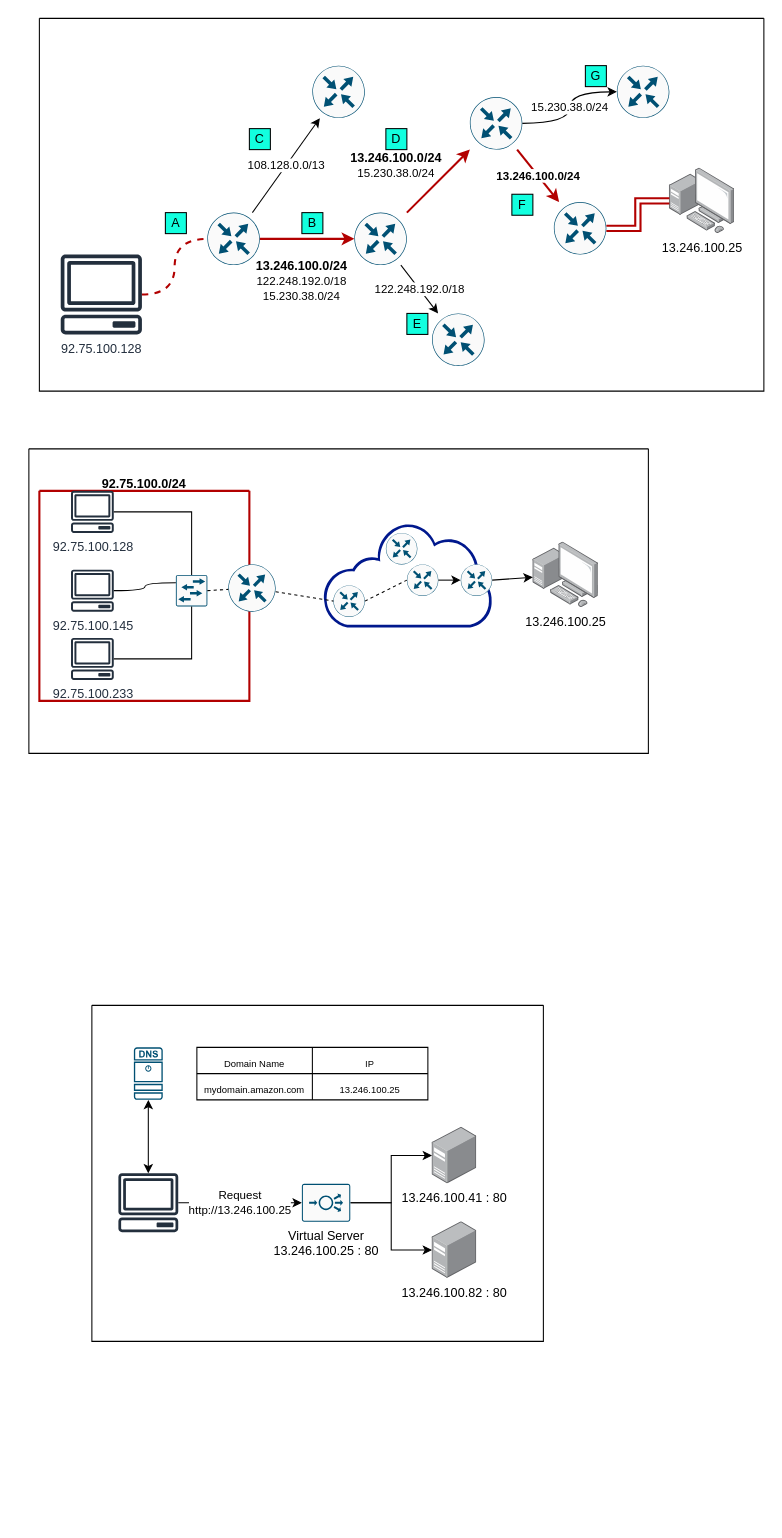
GyuminGomin/Architecture keeps this draw.io diagram as study_architecture.drawio. Above is the earlier version. Source tidied: cells renumbered, new cells numbered last; positions are measured from the earlier drawing's top-left corner, leaving out a move shared by most shapes. Both pictures are drawn from the tidied source at 105%, with x=0, y=0 at pixel (28, 18).
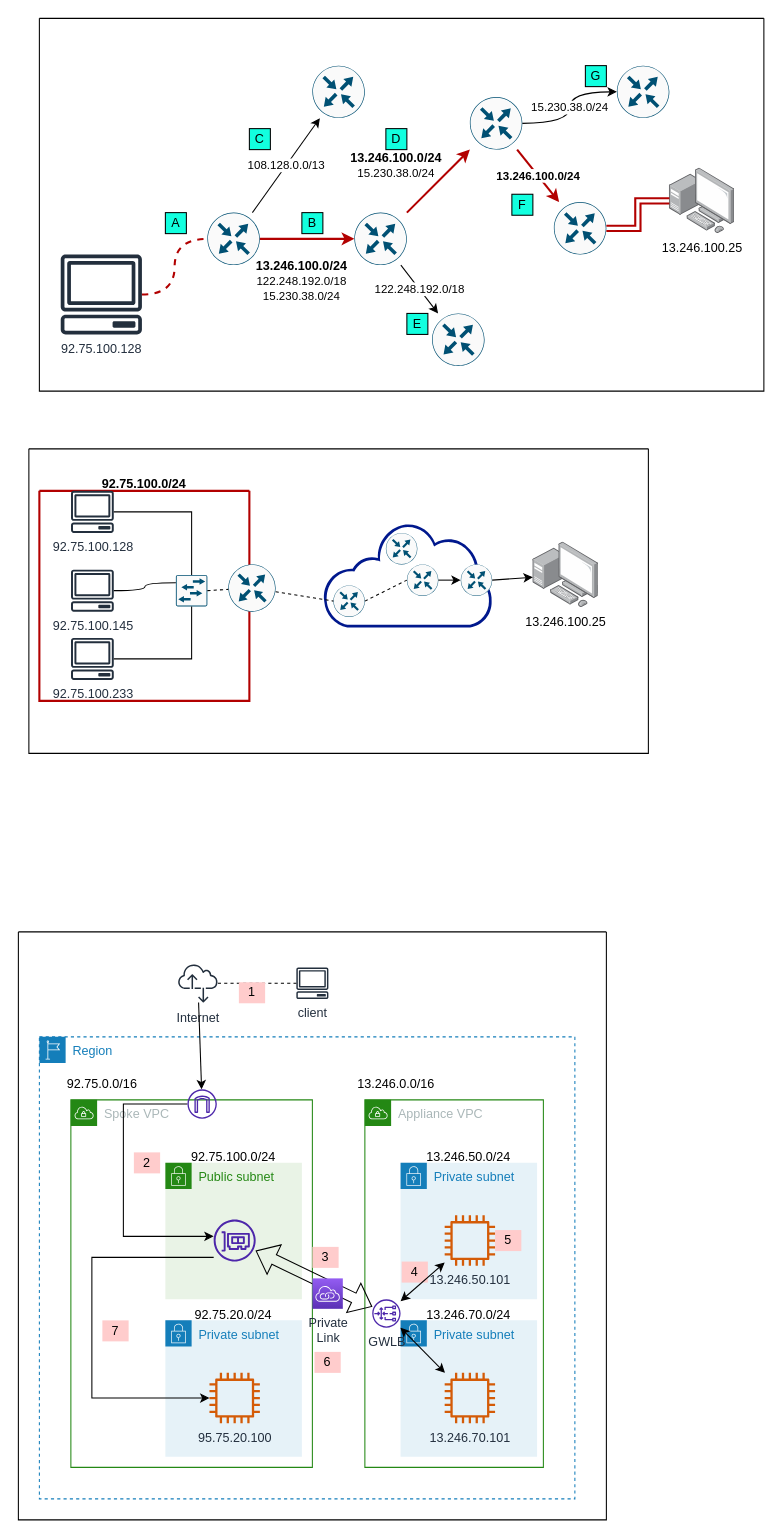
After the change.

Change to the diagram source:
```diff
@@
-    <mxCell id="50" style="swimlane;startSize=0;" parent="1" vertex="1">
-      <mxGeometry x="60" y="940" width="430" height="320" as="geometry" />
-    </mxCell>
-    <mxCell id="51" style="sketch=0;points=[[0.015,0.015,0],[0.985,0.015,0],[0.985,0.985,0],[0.015,0.985,0],[0.25,0,0],[0.5,0,0],[0.75,0,0],[1,0.25,0],[1,0.5,0],[1,0.75,0],[0.75,1,0],[0.5,1,0],[0.25,1,0],[0,0.75,0],[0,0.5,0],[0,0.25,0]];verticalLabelPosition=bottom;html=1;verticalAlign=top;align=center;shape=mxgraph.cisco19.dns_server;fillColor=#005073;strokeColor=none;" parent="50" vertex="1">
-      <mxGeometry x="40" y="40" width="27.5" height="50" as="geometry" />
-    </mxCell>
-    <mxCell id="52" style="shape=table;startSize=0;childLayout=tableLayout;fontSize=16;" parent="50" vertex="1">
-      <mxGeometry x="100" y="40" width="220" height="50" as="geometry" />
-    </mxCell>
-    <mxCell id="53" style="shape=tableRow;horizontal=0;startSize=0;swimlaneHead=0;swimlaneBody=0;strokeColor=inherit;top=0;left=0;bottom=0;right=0;fillColor=none;fontSize=16;" parent="52" vertex="1">
-      <mxGeometry width="220" height="25" as="geometry" />
-    </mxCell>
-    <mxCell id="54" value="&lt;font style=&quot;font-size: 9px;&quot;&gt;Domain Name&lt;/font&gt;" style="shape=partialRectangle;html=1;whiteSpace=wrap;strokeColor=inherit;overflow=hidden;fillColor=none;top=0;left=0;bottom=0;right=0;fontSize=16;" parent="53" vertex="1">
-      <mxGeometry width="110" height="25" as="geometry" />
-    </mxCell>
-    <mxCell id="55" value="&lt;font style=&quot;font-size: 9px;&quot;&gt;IP&lt;/font&gt;" style="shape=partialRectangle;html=1;whiteSpace=wrap;strokeColor=inherit;overflow=hidden;fillColor=none;top=0;left=0;bottom=0;right=0;fontSize=16;" parent="53" vertex="1">
-      <mxGeometry x="110" width="110" height="25" as="geometry" />
-    </mxCell>
-    <mxCell id="56" style="shape=tableRow;horizontal=0;startSize=0;swimlaneHead=0;swimlaneBody=0;strokeColor=inherit;top=0;left=0;bottom=0;right=0;fillColor=none;fontSize=16;" parent="52" vertex="1">
-      <mxGeometry y="25" width="220" height="25" as="geometry" />
-    </mxCell>
-    <mxCell id="57" value="&lt;font style=&quot;font-size: 9px;&quot;&gt;mydomain.amazon.com&lt;/font&gt;" style="shape=partialRectangle;html=1;whiteSpace=wrap;strokeColor=inherit;overflow=hidden;fillColor=none;top=0;left=0;bottom=0;right=0;fontSize=16;" parent="56" vertex="1">
-      <mxGeometry width="110" height="25" as="geometry" />
-    </mxCell>
-    <mxCell id="58" value="&lt;font style=&quot;font-size: 9px;&quot;&gt;13.246.100.25&lt;/font&gt;" style="shape=partialRectangle;html=1;whiteSpace=wrap;strokeColor=inherit;overflow=hidden;fillColor=none;top=0;left=0;bottom=0;right=0;fontSize=16;" parent="56" vertex="1">
-      <mxGeometry x="110" width="110" height="25" as="geometry" />
-    </mxCell>
-    <mxCell id="59" value="Request&lt;br&gt;http://13.246.100.25" style="edgeStyle=orthogonalEdgeStyle;rounded=0;jettySize=auto;html=1;" parent="50" edge="1" source="60" target="63">
-      <mxGeometry relative="1" as="geometry" />
-    </mxCell>
-    <mxCell id="60" style="sketch=0;outlineConnect=0;fontColor=#232F3E;gradientColor=none;fillColor=#232F3D;strokeColor=none;dashed=0;verticalLabelPosition=bottom;verticalAlign=top;align=center;html=1;fontSize=12;fontStyle=0;shape=mxgraph.aws4.client;" parent="50" vertex="1">
-      <mxGeometry x="25" y="160" width="57.5" height="56" as="geometry" />
-    </mxCell>
-    <mxCell id="61" style="edgeStyle=orthogonalEdgeStyle;rounded=0;jettySize=auto;html=1;" parent="50" edge="1" source="63" target="64">
-      <mxGeometry relative="1" as="geometry" />
-    </mxCell>
-    <mxCell id="62" style="edgeStyle=orthogonalEdgeStyle;rounded=0;jettySize=auto;html=1;" parent="50" edge="1" source="63" target="65">
-      <mxGeometry relative="1" as="geometry" />
-    </mxCell>
-    <mxCell id="63" value="Virtual Server&lt;br&gt;13.246.100.25 : 80" style="sketch=0;points=[[0.015,0.015,0],[0.985,0.015,0],[0.985,0.985,0],[0.015,0.985,0],[0.25,0,0],[0.5,0,0],[0.75,0,0],[1,0.25,0],[1,0.5,0],[1,0.75,0],[0.75,1,0],[0.5,1,0],[0.25,1,0],[0,0.75,0],[0,0.5,0],[0,0.25,0]];verticalLabelPosition=bottom;html=1;verticalAlign=top;align=center;shape=mxgraph.cisco19.rect;prIcon=load_balancer;fillColor=#FAFAFA;strokeColor=#005073;" parent="50" vertex="1">
-      <mxGeometry x="200" y="170" width="46.1" height="36" as="geometry" />
-    </mxCell>
-    <mxCell id="64" value="13.246.100.41 : 80" style="image;points=[];html=1;align=center;shadow=0;dashed=0;image=img/lib/allied_telesis/computer_and_terminals/Server_Desktop.svg;" parent="50" vertex="1">
-      <mxGeometry x="324" y="116" width="42.6" height="54" as="geometry" />
-    </mxCell>
-    <mxCell id="65" value="13.246.100.82 : 80" style="image;points=[];html=1;align=center;shadow=0;dashed=0;image=img/lib/allied_telesis/computer_and_terminals/Server_Desktop.svg;" parent="50" vertex="1">
-      <mxGeometry x="324" y="206" width="42.6" height="54" as="geometry" />
-    </mxCell>
-    <mxCell id="66" style="endArrow=classic;startArrow=classic;html=1;rounded=0;" parent="50" edge="1" source="60" target="51">
-      <mxGeometry relative="1" as="geometry" />
-    </mxCell>
+    <mxCell id="67" style="swimlane;startSize=0;" parent="1" vertex="1">
+      <mxGeometry x="-10" y="870" width="560" height="560" as="geometry" />
+    </mxCell>
+    <mxCell id="68" value="Region" style="gradientColor=none;html=1;whiteSpace=wrap;fontSize=12;fontStyle=0;shape=mxgraph.aws4.group;grIcon=mxgraph.aws4.group_region;strokeColor=#147EBA;fillColor=none;verticalAlign=top;align=left;spacingLeft=30;fontColor=#147EBA;dashed=1;" parent="67" vertex="1">
+      <mxGeometry x="20" y="100" width="510" height="440" as="geometry" />
+    </mxCell>
+    <mxCell id="69" value="Spoke VPC" style="gradientColor=none;html=1;whiteSpace=wrap;fontSize=12;fontStyle=0;shape=mxgraph.aws4.group;grIcon=mxgraph.aws4.group_vpc;strokeColor=#248814;fillColor=none;verticalAlign=top;align=left;spacingLeft=30;fontColor=#AAB7B8;dashed=0;" parent="68" vertex="1">
+      <mxGeometry x="30" y="60" width="230" height="350" as="geometry" />
+    </mxCell>
+    <mxCell id="70" value="Public subnet" style="gradientColor=none;html=1;whiteSpace=wrap;fontSize=12;fontStyle=0;shape=mxgraph.aws4.group;grIcon=mxgraph.aws4.group_security_group;grStroke=0;strokeColor=#248814;fillColor=#E9F3E6;verticalAlign=top;align=left;spacingLeft=30;fontColor=#248814;dashed=0;" parent="69" vertex="1">
+      <mxGeometry x="90" y="60" width="130" height="130" as="geometry" />
+    </mxCell>
+    <mxCell id="71" style="sketch=0;outlineConnect=0;fontColor=#232F3E;gradientColor=none;fillColor=#4D27AA;strokeColor=none;dashed=0;verticalLabelPosition=bottom;verticalAlign=top;align=center;html=1;fontSize=12;fontStyle=0;shape=mxgraph.aws4.elastic_network_interface;" parent="70" vertex="1">
+      <mxGeometry x="46" y="54" width="40" height="40" as="geometry" />
+    </mxCell>
+    <mxCell id="72" value="Private subnet" style="gradientColor=none;html=1;whiteSpace=wrap;fontSize=12;fontStyle=0;shape=mxgraph.aws4.group;grIcon=mxgraph.aws4.group_security_group;grStroke=0;strokeColor=#147EBA;fillColor=#E6F2F8;verticalAlign=top;align=left;spacingLeft=30;fontColor=#147EBA;dashed=0;" parent="69" vertex="1">
+      <mxGeometry x="90" y="210" width="130" height="130" as="geometry" />
+    </mxCell>
+    <mxCell id="73" value="95.75.20.100" style="sketch=0;outlineConnect=0;fontColor=#232F3E;gradientColor=none;fillColor=#D45B07;strokeColor=none;dashed=0;verticalLabelPosition=bottom;verticalAlign=top;align=center;html=1;fontSize=12;fontStyle=0;shape=mxgraph.aws4.instance2;" parent="72" vertex="1">
+      <mxGeometry x="42" y="50" width="48" height="48" as="geometry" />
+    </mxCell>
+    <mxCell id="74" value="92.75.100.0/24" style="text;html=1;strokeColor=none;fillColor=none;align=center;verticalAlign=middle;whiteSpace=wrap;rounded=0;" parent="69" vertex="1">
+      <mxGeometry x="125" y="40" width="60" height="30" as="geometry" />
+    </mxCell>
+    <mxCell id="75" value="92.75.20.0/24" style="text;html=1;strokeColor=none;fillColor=none;align=center;verticalAlign=middle;whiteSpace=wrap;rounded=0;" parent="69" vertex="1">
+      <mxGeometry x="125" y="190" width="60" height="30" as="geometry" />
+    </mxCell>
+    <mxCell id="76" value="2" style="text;html=1;strokeColor=none;fillColor=#FFCCCC;align=center;verticalAlign=middle;whiteSpace=wrap;rounded=0;" parent="69" vertex="1">
+      <mxGeometry x="60" y="50" width="25" height="20" as="geometry" />
+    </mxCell>
+    <mxCell id="77" style="edgeStyle=orthogonalEdgeStyle;rounded=0;jettySize=auto;html=1;" parent="69" edge="1" source="71" target="73">
+      <mxGeometry relative="1" as="geometry">
+        <Array as="points">
+          <mxPoint x="20" y="150" />
+          <mxPoint x="20" y="284" />
+        </Array>
+      </mxGeometry>
+    </mxCell>
+    <mxCell id="78" value="7" style="text;html=1;strokeColor=none;fillColor=#FFCCCC;align=center;verticalAlign=middle;whiteSpace=wrap;rounded=0;" parent="69" vertex="1">
+      <mxGeometry x="30" y="210" width="25" height="20" as="geometry" />
+    </mxCell>
+    <mxCell id="79" value="92.75.0.0/16" style="text;html=1;strokeColor=none;fillColor=none;align=center;verticalAlign=middle;whiteSpace=wrap;rounded=0;" parent="68" vertex="1">
+      <mxGeometry x="30" y="30" width="60" height="30" as="geometry" />
+    </mxCell>
+    <mxCell id="80" style="edgeStyle=orthogonalEdgeStyle;rounded=0;jettySize=auto;html=1;" parent="68" edge="1" source="81" target="71">
+      <mxGeometry relative="1" as="geometry">
+        <Array as="points">
+          <mxPoint x="80" y="64" />
+          <mxPoint x="80" y="190" />
+        </Array>
+      </mxGeometry>
+    </mxCell>
+    <mxCell id="81" style="sketch=0;outlineConnect=0;fontColor=#232F3E;gradientColor=none;fillColor=#4D27AA;strokeColor=none;dashed=0;verticalLabelPosition=bottom;verticalAlign=top;align=center;html=1;fontSize=12;fontStyle=0;shape=mxgraph.aws4.internet_gateway;" parent="68" vertex="1">
+      <mxGeometry x="141" y="50" width="28" height="28" as="geometry" />
+    </mxCell>
+    <mxCell id="82" value="Appliance VPC" style="gradientColor=none;html=1;whiteSpace=wrap;fontSize=12;fontStyle=0;shape=mxgraph.aws4.group;grIcon=mxgraph.aws4.group_vpc;strokeColor=#248814;fillColor=none;verticalAlign=top;align=left;spacingLeft=30;fontColor=#AAB7B8;dashed=0;" parent="68" vertex="1">
+      <mxGeometry x="310" y="60" width="170" height="350" as="geometry" />
+    </mxCell>
+    <mxCell id="83" value="Private subnet" style="gradientColor=none;html=1;whiteSpace=wrap;fontSize=12;fontStyle=0;shape=mxgraph.aws4.group;grIcon=mxgraph.aws4.group_security_group;grStroke=0;strokeColor=#147EBA;fillColor=#E6F2F8;verticalAlign=top;align=left;spacingLeft=30;fontColor=#147EBA;dashed=0;" parent="82" vertex="1">
+      <mxGeometry x="34" y="60" width="130" height="130" as="geometry" />
+    </mxCell>
+    <mxCell id="84" value="13.246.50.101" style="sketch=0;outlineConnect=0;fontColor=#232F3E;gradientColor=none;fillColor=#D45B07;strokeColor=none;dashed=0;verticalLabelPosition=bottom;verticalAlign=top;align=center;html=1;fontSize=12;fontStyle=0;shape=mxgraph.aws4.instance2;" parent="83" vertex="1">
+      <mxGeometry x="42" y="50" width="48" height="48" as="geometry" />
+    </mxCell>
+    <mxCell id="85" value="4" style="text;html=1;strokeColor=none;fillColor=#FFCCCC;align=center;verticalAlign=middle;whiteSpace=wrap;rounded=0;" parent="83" vertex="1">
+      <mxGeometry x="1" y="94" width="25" height="20" as="geometry" />
+    </mxCell>
+    <mxCell id="86" value="5" style="text;html=1;strokeColor=none;fillColor=#FFCCCC;align=center;verticalAlign=middle;whiteSpace=wrap;rounded=0;" parent="83" vertex="1">
+      <mxGeometry x="90" y="64" width="25" height="20" as="geometry" />
+    </mxCell>
+    <mxCell id="87" value="Private subnet" style="gradientColor=none;html=1;whiteSpace=wrap;fontSize=12;fontStyle=0;shape=mxgraph.aws4.group;grIcon=mxgraph.aws4.group_security_group;grStroke=0;strokeColor=#147EBA;fillColor=#E6F2F8;verticalAlign=top;align=left;spacingLeft=30;fontColor=#147EBA;dashed=0;" parent="82" vertex="1">
+      <mxGeometry x="34" y="210" width="130" height="130" as="geometry" />
+    </mxCell>
+    <mxCell id="88" value="13.246.70.101" style="sketch=0;outlineConnect=0;fontColor=#232F3E;gradientColor=none;fillColor=#D45B07;strokeColor=none;dashed=0;verticalLabelPosition=bottom;verticalAlign=top;align=center;html=1;fontSize=12;fontStyle=0;shape=mxgraph.aws4.instance2;" parent="87" vertex="1">
+      <mxGeometry x="42" y="50" width="48" height="48" as="geometry" />
+    </mxCell>
+    <mxCell id="89" value="13.246.50.0/24" style="text;html=1;strokeColor=none;fillColor=none;align=center;verticalAlign=middle;whiteSpace=wrap;rounded=0;" parent="82" vertex="1">
+      <mxGeometry x="69" y="40" width="60" height="30" as="geometry" />
+    </mxCell>
+    <mxCell id="90" value="13.246.70.0/24" style="text;html=1;strokeColor=none;fillColor=none;align=center;verticalAlign=middle;whiteSpace=wrap;rounded=0;" parent="82" vertex="1">
+      <mxGeometry x="69" y="190" width="60" height="30" as="geometry" />
+    </mxCell>
+    <mxCell id="91" value="GWLB" style="sketch=0;outlineConnect=0;fontColor=#232F3E;gradientColor=none;fillColor=#4D27AA;strokeColor=none;dashed=0;verticalLabelPosition=bottom;verticalAlign=top;align=center;html=1;fontSize=12;fontStyle=0;shape=mxgraph.aws4.gateway_load_balancer;" parent="82" vertex="1">
+      <mxGeometry x="7" y="190" width="27" height="27" as="geometry" />
+    </mxCell>
+    <mxCell id="92" style="endArrow=classic;startArrow=classic;html=1;rounded=0;" parent="82" edge="1" source="91" target="84">
+      <mxGeometry relative="1" as="geometry" />
+    </mxCell>
+    <mxCell id="93" style="endArrow=classic;startArrow=classic;html=1;rounded=0;" parent="82" edge="1" source="91" target="88">
+      <mxGeometry relative="1" as="geometry" />
+    </mxCell>
+    <mxCell id="94" value="13.246.0.0/16" style="text;html=1;strokeColor=none;fillColor=none;align=center;verticalAlign=middle;whiteSpace=wrap;rounded=0;" parent="68" vertex="1">
+      <mxGeometry x="310" y="30" width="60" height="30" as="geometry" />
+    </mxCell>
+    <mxCell id="95" style="shape=flexArrow;endArrow=classic;startArrow=classic;html=1;rounded=0;" parent="68" edge="1" source="71" target="91">
+      <mxGeometry relative="1" as="geometry" />
+    </mxCell>
+    <mxCell id="96" value="Private&lt;br&gt;Link" style="sketch=0;fontColor=#232F3E;gradientColor=#945DF2;gradientDirection=north;fillColor=#5A30B5;strokeColor=#ffffff;dashed=0;verticalLabelPosition=bottom;verticalAlign=top;align=center;html=1;fontSize=12;fontStyle=0;shape=mxgraph.aws4.resourceIcon;resIcon=mxgraph.aws4.vpc_privatelink;" parent="68" vertex="1">
+      <mxGeometry x="260" y="230" width="29" height="29" as="geometry" />
+    </mxCell>
+    <mxCell id="97" value="3" style="text;html=1;strokeColor=none;fillColor=#FFCCCC;align=center;verticalAlign=middle;whiteSpace=wrap;rounded=0;" parent="68" vertex="1">
+      <mxGeometry x="260" y="200" width="25" height="20" as="geometry" />
+    </mxCell>
+    <mxCell id="98" value="6" style="text;html=1;strokeColor=none;fillColor=#FFCCCC;align=center;verticalAlign=middle;whiteSpace=wrap;rounded=0;" parent="68" vertex="1">
+      <mxGeometry x="262" y="300" width="25" height="20" as="geometry" />
+    </mxCell>
+    <mxCell id="99" value="Internet" style="sketch=0;outlineConnect=0;fontColor=#232F3E;gradientColor=none;fillColor=#232F3D;strokeColor=none;dashed=0;verticalLabelPosition=bottom;verticalAlign=top;align=center;html=1;fontSize=12;fontStyle=0;shape=mxgraph.aws4.internet_alt2;" parent="67" vertex="1">
+      <mxGeometry x="152" y="30" width="38" height="38" as="geometry" />
+    </mxCell>
+    <mxCell id="100" style="rounded=0;jettySize=auto;html=1;" parent="67" edge="1" source="99" target="81">
+      <mxGeometry relative="1" as="geometry" />
+    </mxCell>
+    <mxCell id="101" value="client" style="sketch=0;outlineConnect=0;fontColor=#232F3E;gradientColor=none;fillColor=#232F3D;strokeColor=none;dashed=0;verticalLabelPosition=bottom;verticalAlign=top;align=center;html=1;fontSize=12;fontStyle=0;shape=mxgraph.aws4.client;" parent="67" vertex="1">
+      <mxGeometry x="264.6" y="34" width="30.8" height="30" as="geometry" />
+    </mxCell>
+    <mxCell id="102" style="endArrow=none;dashed=1;html=1;rounded=0;" parent="67" edge="1" source="99" target="101">
+      <mxGeometry relative="1" as="geometry" />
+    </mxCell>
+    <mxCell id="103" value="1" style="text;html=1;strokeColor=none;fillColor=#FFCCCC;align=center;verticalAlign=middle;whiteSpace=wrap;rounded=0;" parent="67" vertex="1">
+      <mxGeometry x="210" y="48" width="25" height="20" as="geometry" />
+    </mxCell>
```
